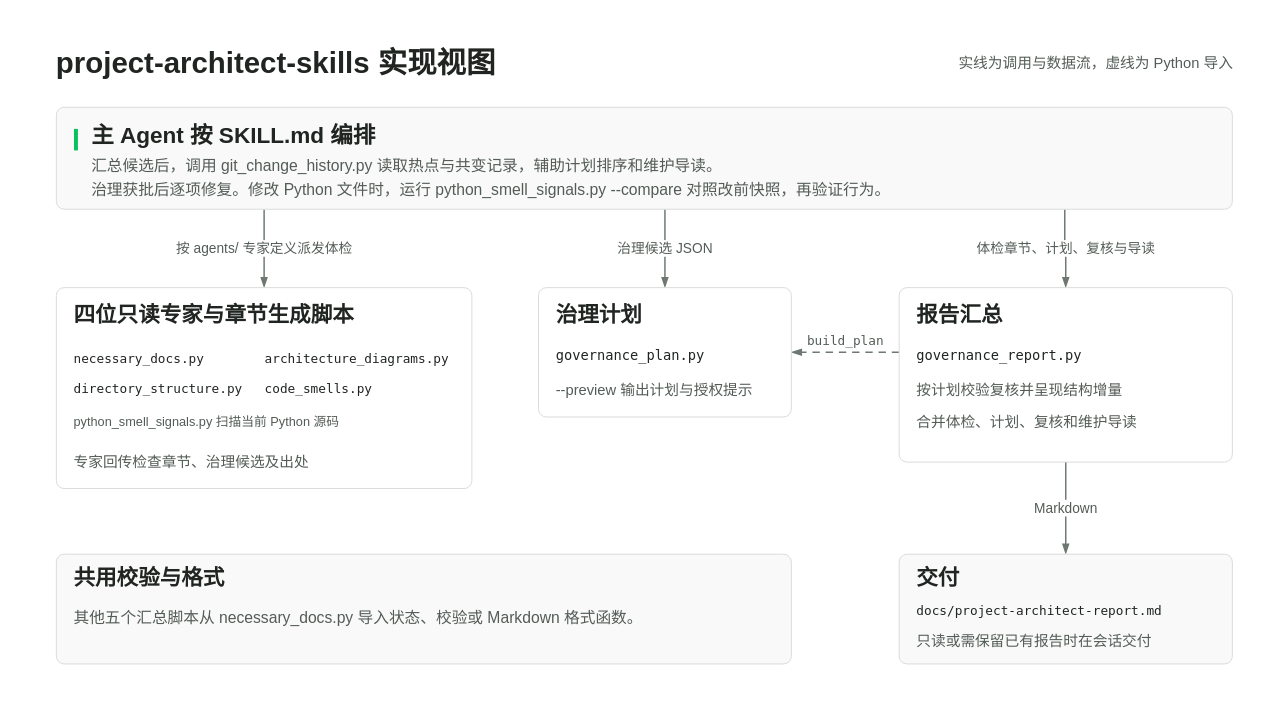
This is docs/diagrams/implementation-architecture.drawio from cabbage2000-lab/project-architect-skills, a draw.io file, before an edit. Source tidied: cells renumbered, new cells numbered last; positions are measured from the earlier drawing's top-left corner, leaving out a move shared by most shapes. Both pictures are drawn from the tidied source at 98%, with x=0, y=0 at pixel (17, 17).
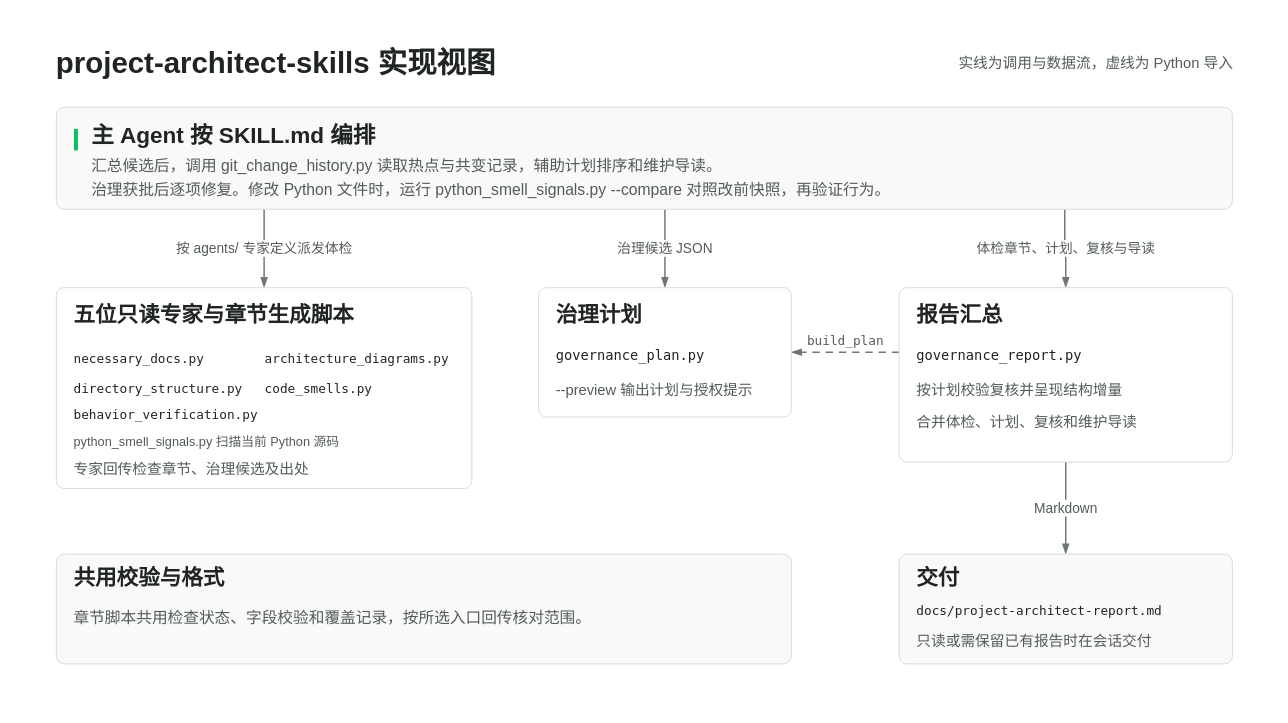
Above is the later version.

Unchanged cells that the change refers to:
```xml
<mxCell id="15" style="rounded=1;absoluteArcSize=1;arcSize=16;strokeWidth=1;html=1;fillColor=#FFFFFF;strokeColor=#D8DDD9;" parent="2" vertex="1">
  <mxGeometry x="40" y="276" width="424" height="205" as="geometry" />
</mxCell>
<mxCell id="36" style="rounded=1;absoluteArcSize=1;arcSize=16;strokeWidth=1;html=1;fillColor=#F9F9F9;strokeColor=#D8DDD9;" parent="2" vertex="1">
  <mxGeometry x="40" y="548" width="750" height="112" as="geometry" />
</mxCell>
```

Diff of the diagram source:
```diff
@@
-    <mxCell id="16" value="四位只读专家与章节生成脚本" style="text;html=1;whiteSpace=nowrap;fillColor=none;strokeColor=none;verticalAlign=middle;spacing=0;fontFamily=PingFang SC;fontSize=22;fontStyle=1;fontColor=#202522;align=left;" parent="15" vertex="1">
+    <mxCell id="16" value="五位只读专家与章节生成脚本" style="text;html=1;whiteSpace=nowrap;fillColor=none;strokeColor=none;verticalAlign=middle;spacing=0;fontFamily=PingFang SC;fontSize=22;fontStyle=1;fontColor=#202522;align=left;" parent="15" vertex="1">
       <mxGeometry x="18" y="13" width="380" height="32" as="geometry" />
     </mxCell>
@@
+    <mxCell id="39" value="behavior_verification.py" style="text;html=1;whiteSpace=nowrap;fillColor=none;strokeColor=none;verticalAlign=middle;spacing=0;fontFamily=Menlo;fontSize=13;fontStyle=0;fontColor=#202522;align=left;" parent="15" vertex="1">
+      <mxGeometry x="18" y="118" width="300" height="24" as="geometry" />
+    </mxCell>
     <mxCell id="21" value="专家回传检查章节、治理候选及出处" style="text;html=1;whiteSpace=nowrap;fillColor=none;strokeColor=none;verticalAlign=middle;spacing=0;fontFamily=PingFang SC;fontSize=15;fontStyle=0;fontColor=#535C56;align=left;" parent="15" vertex="1">
-      <mxGeometry x="18" y="166" width="380" height="23" as="geometry" />
+      <mxGeometry x="18" y="173" width="380" height="23" as="geometry" />
     </mxCell>
     <mxCell id="22" value="python_smell_signals.py 扫描当前 Python 源码" style="text;html=1;whiteSpace=nowrap;fillColor=none;strokeColor=none;verticalAlign=middle;spacing=0;fontFamily=PingFang SC;fontSize=13;fontStyle=0;fontColor=#535C56;align=left;" parent="15" vertex="1">
-      <mxGeometry x="18" y="124" width="389" height="26" as="geometry" />
+      <mxGeometry x="18" y="144" width="389" height="26" as="geometry" />
     </mxCell>
@@
-    <mxCell id="38" value="其他五个汇总脚本从 necessary_docs.py 导入状态、校验或 Markdown 格式函数。" style="text;html=1;whiteSpace=nowrap;fillColor=none;strokeColor=none;verticalAlign=middle;spacing=0;fontFamily=PingFang SC;fontSize=16;fontStyle=0;fontColor=#535C56;align=left;" parent="36" vertex="1">
+    <mxCell id="38" value="章节脚本共用检查状态、字段校验和覆盖记录，按所选入口回传核对范围。" style="text;html=1;whiteSpace=nowrap;fillColor=none;strokeColor=none;verticalAlign=middle;spacing=0;fontFamily=PingFang SC;fontSize=16;fontStyle=0;fontColor=#535C56;align=left;" parent="36" vertex="1">
       <mxGeometry x="18" y="51" width="710" height="27" as="geometry" />
     </mxCell>
```
